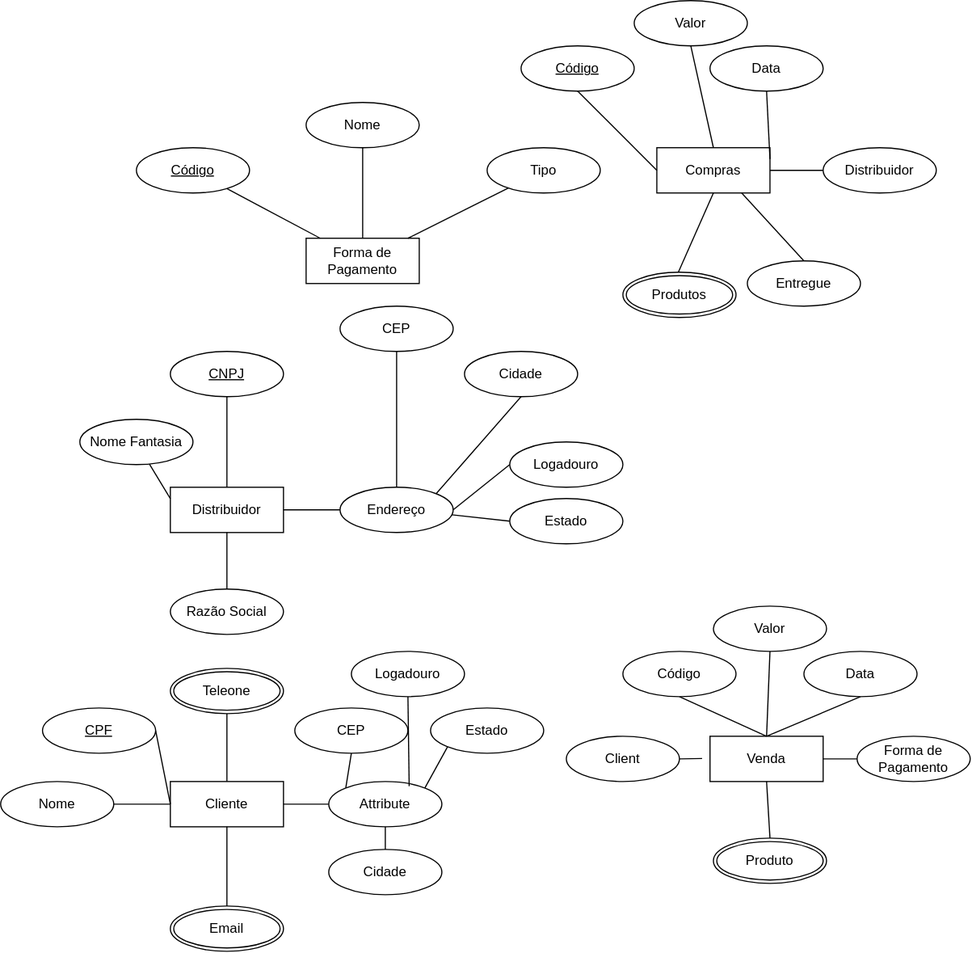
Before: mer-primeiro/MER-loja.drawio.svg, a diagram exported from draw.io (Davi-Archive/diagramas). Source tidied: cells renumbered, new cells last; positions are measured from the earlier drawing's top-left corner, leaving out a move shared by most shapes.
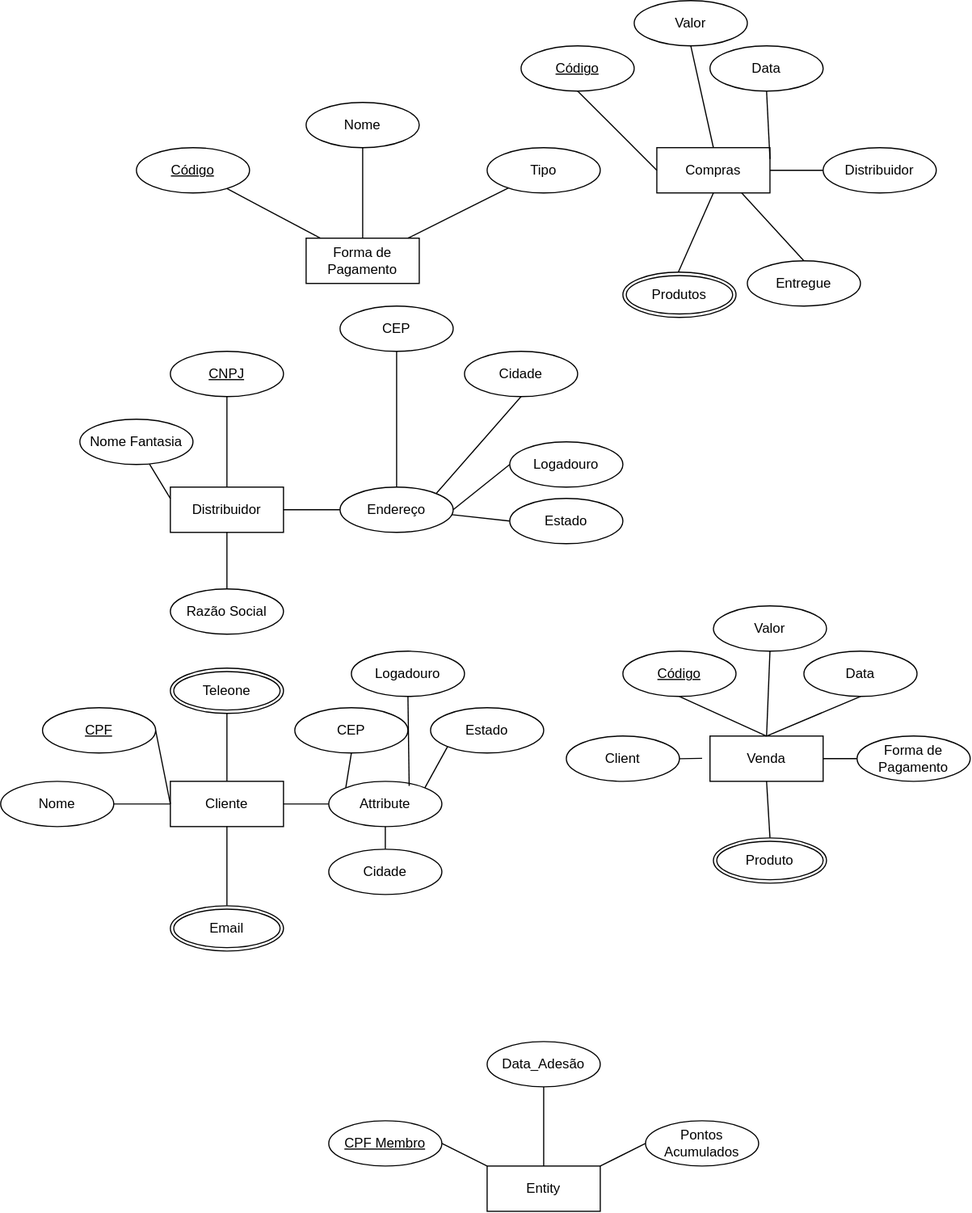
After the change.

Diff of the diagram source:
```diff
@@ -190,12 +190,6 @@
     <mxCell id="61" value="Client" style="ellipse;whiteSpace=wrap;html=1;align=center;" parent="1" vertex="1">
       <mxGeometry x="500" y="650" width="100" height="40" as="geometry" />
     </mxCell>
-    <mxCell id="62" style="edgeStyle=none;rounded=0;jettySize=auto;html=1;exitX=0.5;exitY=1;exitDx=0;exitDy=0;entryX=0.5;entryY=0;entryDx=0;entryDy=0;strokeColor=default;startArrow=none;startFill=0;endArrow=none;endFill=0;" parent="1" edge="1" source="63" target="59">
-      <mxGeometry relative="1" as="geometry" />
-    </mxCell>
-    <mxCell id="63" value="Código" style="ellipse;whiteSpace=wrap;html=1;align=center;" parent="1" vertex="1">
-      <mxGeometry x="550" y="575" width="100" height="40" as="geometry" />
-    </mxCell>
     <mxCell id="64" style="edgeStyle=none;rounded=0;jettySize=auto;html=1;exitX=0.5;exitY=1;exitDx=0;exitDy=0;entryX=0.5;entryY=0;entryDx=0;entryDy=0;strokeColor=default;startArrow=none;startFill=0;endArrow=none;endFill=0;" parent="1" edge="1" source="65" target="59">
       <mxGeometry relative="1" as="geometry" />
     </mxCell>
@@ -217,5 +211,32 @@
     <mxCell id="70" value="Forma de Pagamento" style="ellipse;whiteSpace=wrap;html=1;align=center;" parent="1" vertex="1">
       <mxGeometry x="757" y="650" width="100" height="40" as="geometry" />
     </mxCell>
+    <mxCell id="62" style="edgeStyle=none;rounded=0;jettySize=auto;html=1;exitX=0.5;exitY=1;exitDx=0;exitDy=0;entryX=0.5;entryY=0;entryDx=0;entryDy=0;strokeColor=default;startArrow=none;startFill=0;endArrow=none;endFill=0;" parent="1" edge="1" source="63" target="59">
+      <mxGeometry relative="1" as="geometry" />
+    </mxCell>
+    <mxCell id="63" value="Código" style="ellipse;whiteSpace=wrap;html=1;align=center;fontStyle=4;" parent="1" vertex="1">
+      <mxGeometry x="550" y="575" width="100" height="40" as="geometry" />
+    </mxCell>
+    <mxCell id="71" value="Entity" style="whiteSpace=wrap;html=1;align=center;" parent="1" vertex="1">
+      <mxGeometry x="430" y="1030" width="100" height="40" as="geometry" />
+    </mxCell>
+    <mxCell id="72" style="edgeStyle=none;rounded=0;jettySize=auto;html=1;exitX=0.5;exitY=1;exitDx=0;exitDy=0;entryX=0.5;entryY=0;entryDx=0;entryDy=0;strokeColor=default;startArrow=none;startFill=0;endArrow=none;endFill=0;" parent="1" edge="1" source="73" target="71">
+      <mxGeometry relative="1" as="geometry" />
+    </mxCell>
+    <mxCell id="73" value="Data_Adesão" style="ellipse;whiteSpace=wrap;html=1;align=center;" parent="1" vertex="1">
+      <mxGeometry x="430" y="920" width="100" height="40" as="geometry" />
+    </mxCell>
+    <mxCell id="74" style="edgeStyle=none;rounded=0;jettySize=auto;html=1;exitX=0;exitY=0.5;exitDx=0;exitDy=0;entryX=1;entryY=0;entryDx=0;entryDy=0;strokeColor=default;startArrow=none;startFill=0;endArrow=none;endFill=0;" parent="1" edge="1" source="75" target="71">
+      <mxGeometry relative="1" as="geometry" />
+    </mxCell>
+    <mxCell id="75" value="Pontos Acumulados" style="ellipse;whiteSpace=wrap;html=1;align=center;" parent="1" vertex="1">
+      <mxGeometry x="570" y="990" width="100" height="40" as="geometry" />
+    </mxCell>
+    <mxCell id="76" style="edgeStyle=none;rounded=0;jettySize=auto;html=1;exitX=1;exitY=0.5;exitDx=0;exitDy=0;entryX=0;entryY=0;entryDx=0;entryDy=0;strokeColor=default;startArrow=none;startFill=0;endArrow=none;endFill=0;" parent="1" edge="1" source="77" target="71">
+      <mxGeometry relative="1" as="geometry" />
+    </mxCell>
+    <mxCell id="77" value="CPF Membro" style="ellipse;whiteSpace=wrap;html=1;align=center;fontStyle=4;" parent="1" vertex="1">
+      <mxGeometry x="290" y="990" width="100" height="40" as="geometry" />
+    </mxCell>
   </root>
 </mxGraphModel>
```
